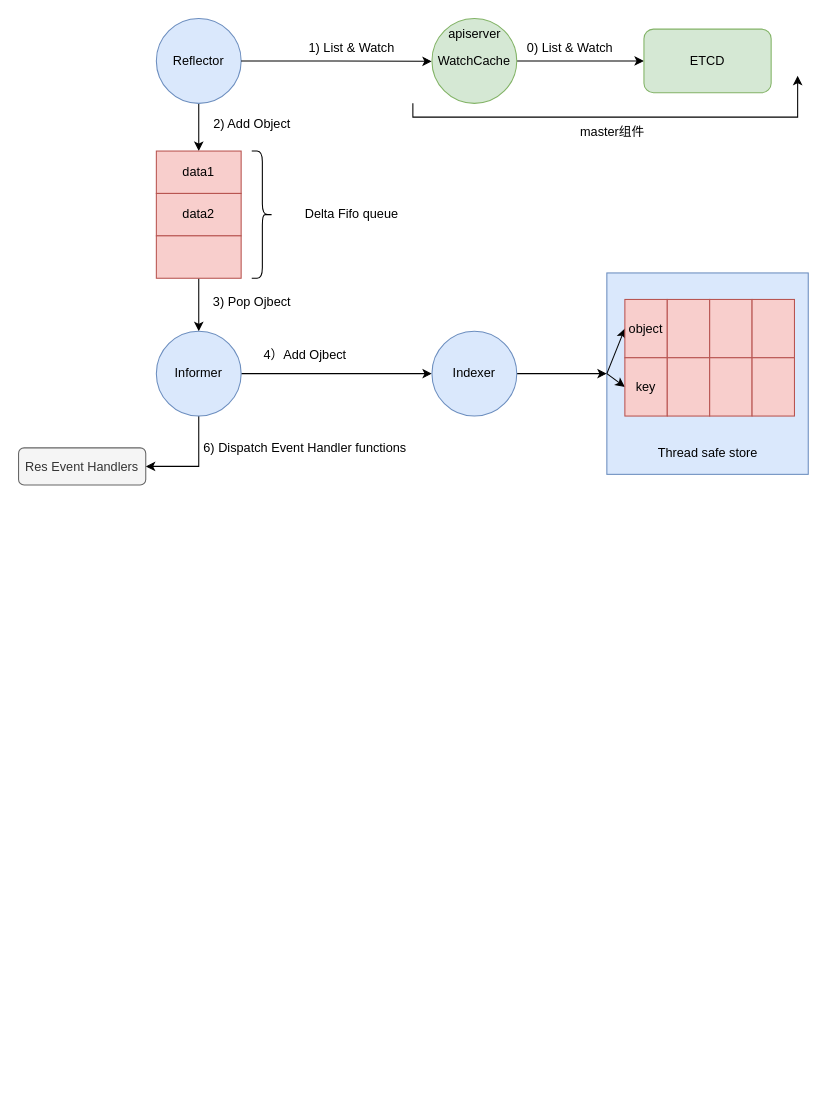
Above: page "client-go机制分析" (6 of 8) of kubelet/kubelet.drawio in jingrenzhou/drawio (draw.io), before the change. Source tidied: cells renumbered, new cells numbered last; positions are measured from the earlier drawing's top-left corner, leaving out a move shared by most shapes. Both pictures are drawn from the tidied source at 106%, with x=0, y=0 at pixel (18, 18).
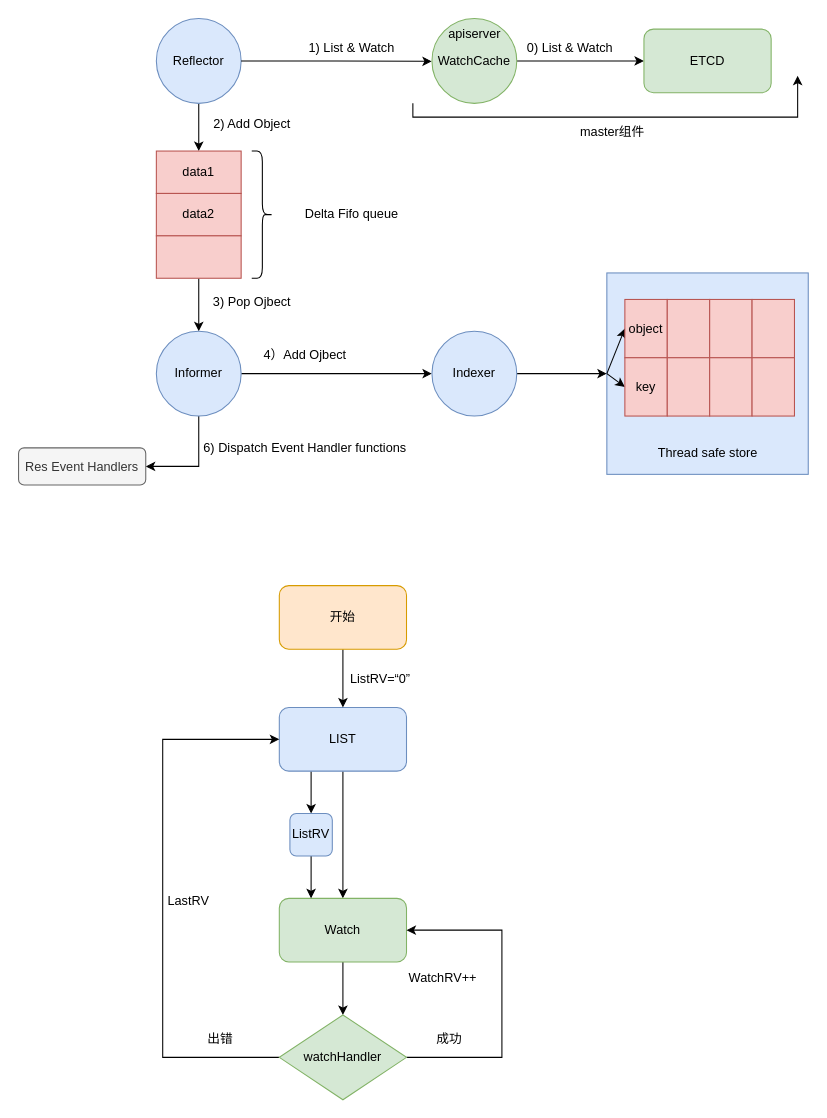
The same diagram, later.

What changed in the source:
```diff
@@
+    <mxCell id="41" style="edgeStyle=orthogonalEdgeStyle;rounded=0;jettySize=auto;html=1;exitX=0.5;exitY=1;exitDx=0;exitDy=0;entryX=0.5;entryY=0;entryDx=0;entryDy=0;" parent="1" edge="1" source="43" target="45">
+      <mxGeometry relative="1" as="geometry" />
+    </mxCell>
+    <mxCell id="42" style="edgeStyle=orthogonalEdgeStyle;rounded=0;jettySize=auto;html=1;exitX=0.25;exitY=1;exitDx=0;exitDy=0;entryX=0.5;entryY=0;entryDx=0;entryDy=0;" parent="1" edge="1" source="43" target="47">
+      <mxGeometry relative="1" as="geometry" />
+    </mxCell>
+    <mxCell id="43" value="LIST" style="rounded=1;whiteSpace=wrap;html=1;fillColor=#dae8fc;strokeColor=#6c8ebf;" parent="1" vertex="1">
+      <mxGeometry x="246" y="650" width="120" height="60" as="geometry" />
+    </mxCell>
+    <mxCell id="44" style="edgeStyle=orthogonalEdgeStyle;rounded=0;jettySize=auto;html=1;exitX=0.5;exitY=1;exitDx=0;exitDy=0;entryX=0.5;entryY=0;entryDx=0;entryDy=0;" parent="1" edge="1" source="45">
+      <mxGeometry relative="1" as="geometry">
+        <mxPoint x="306" y="940" as="targetPoint" />
+      </mxGeometry>
+    </mxCell>
+    <mxCell id="45" value="Watch" style="rounded=1;whiteSpace=wrap;html=1;fillColor=#d5e8d4;strokeColor=#82b366;" parent="1" vertex="1">
+      <mxGeometry x="246" y="830" width="120" height="60" as="geometry" />
+    </mxCell>
+    <mxCell id="46" style="edgeStyle=orthogonalEdgeStyle;rounded=0;jettySize=auto;html=1;exitX=0.5;exitY=1;exitDx=0;exitDy=0;entryX=0.25;entryY=0;entryDx=0;entryDy=0;" parent="1" edge="1" source="47" target="45">
+      <mxGeometry relative="1" as="geometry" />
+    </mxCell>
+    <mxCell id="47" value="ListRV" style="rounded=1;whiteSpace=wrap;html=1;fillColor=#dae8fc;strokeColor=#6c8ebf;" parent="1" vertex="1">
+      <mxGeometry x="256" y="750" width="40" height="40" as="geometry" />
+    </mxCell>
+    <mxCell id="48" value="WatchRV++" style="text;html=1;align=center;verticalAlign=middle;strokeColor=none;fillColor=none;" parent="1" vertex="1">
+      <mxGeometry x="355" y="890" width="90" height="30" as="geometry" />
+    </mxCell>
+    <mxCell id="49" style="edgeStyle=orthogonalEdgeStyle;rounded=0;jettySize=auto;html=1;exitX=1;exitY=0.5;exitDx=0;exitDy=0;entryX=1;entryY=0.5;entryDx=0;entryDy=0;" parent="1" edge="1" source="51" target="45">
+      <mxGeometry relative="1" as="geometry">
+        <Array as="points">
+          <mxPoint x="456" y="980" />
+          <mxPoint x="456" y="860" />
+        </Array>
+      </mxGeometry>
+    </mxCell>
+    <mxCell id="50" style="edgeStyle=orthogonalEdgeStyle;rounded=0;jettySize=auto;html=1;exitX=0;exitY=0.5;exitDx=0;exitDy=0;entryX=0;entryY=0.5;entryDx=0;entryDy=0;" parent="1" edge="1" source="51" target="43">
+      <mxGeometry relative="1" as="geometry">
+        <Array as="points">
+          <mxPoint x="136" y="980" />
+          <mxPoint x="136" y="680" />
+        </Array>
+      </mxGeometry>
+    </mxCell>
+    <mxCell id="51" value="watchHandler" style="rhombus;whiteSpace=wrap;html=1;fillColor=#d5e8d4;strokeColor=#82b366;" parent="1" vertex="1">
+      <mxGeometry x="246" y="940" width="120" height="80" as="geometry" />
+    </mxCell>
+    <mxCell id="52" value="成功" style="text;html=1;align=center;verticalAlign=middle;strokeColor=none;fillColor=none;" parent="1" vertex="1">
+      <mxGeometry x="381" y="948" width="50" height="30" as="geometry" />
+    </mxCell>
+    <mxCell id="53" value="出错" style="text;html=1;align=center;verticalAlign=middle;strokeColor=none;fillColor=none;" parent="1" vertex="1">
+      <mxGeometry x="165" y="948" width="50" height="30" as="geometry" />
+    </mxCell>
+    <mxCell id="54" style="edgeStyle=orthogonalEdgeStyle;rounded=0;jettySize=auto;html=1;exitX=0.5;exitY=1;exitDx=0;exitDy=0;entryX=0.5;entryY=0;entryDx=0;entryDy=0;" parent="1" edge="1" source="55" target="43">
+      <mxGeometry relative="1" as="geometry" />
+    </mxCell>
+    <mxCell id="55" value="开始" style="rounded=1;whiteSpace=wrap;html=1;fillColor=#ffe6cc;strokeColor=#d79b00;" parent="1" vertex="1">
+      <mxGeometry x="246" y="535" width="120" height="60" as="geometry" />
+    </mxCell>
+    <mxCell id="56" value="ListRV=“0”" style="text;html=1;align=center;verticalAlign=middle;strokeColor=none;fillColor=none;" parent="1" vertex="1">
+      <mxGeometry x="301" y="608" width="80" height="30" as="geometry" />
+    </mxCell>
+    <mxCell id="57" value="LastRV" style="text;html=1;align=center;verticalAlign=middle;strokeColor=none;fillColor=none;" parent="1" vertex="1">
+      <mxGeometry x="130" y="818" width="60" height="30" as="geometry" />
+    </mxCell>
```
